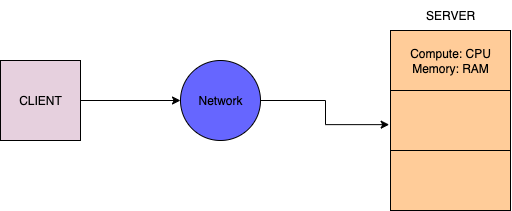
Above: Images/AWS.drawio.png in PriyathamVarma/docker (draw.io), before the change. Source tidied: cells renumbered, new cells last; positions are measured from the earlier drawing's top-left corner, leaving out a move shared by most shapes.
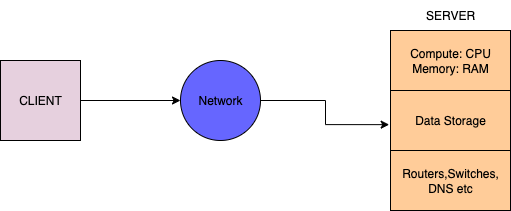
After the commit.

Change to the diagram source:
```diff
@@ -23,10 +23,10 @@
     <mxCell id="8" value="Compute: CPU&lt;div&gt;Memory: RAM&lt;/div&gt;" style="rounded=0;whiteSpace=wrap;html=1;fillColor=#FFCC99;" parent="7" vertex="1">
       <mxGeometry width="120" height="60" as="geometry" />
     </mxCell>
-    <mxCell id="9" style="rounded=0;whiteSpace=wrap;html=1;fillColor=#FFCC99;" parent="7" vertex="1">
+    <mxCell id="9" value="Data Storage" style="rounded=0;whiteSpace=wrap;html=1;fillColor=#FFCC99;" parent="7" vertex="1">
       <mxGeometry y="60" width="120" height="60" as="geometry" />
     </mxCell>
-    <mxCell id="10" style="rounded=0;whiteSpace=wrap;html=1;fillColor=#FFCC99;" parent="7" vertex="1">
+    <mxCell id="10" value="Routers,Switches,&lt;div&gt;DNS etc&lt;/div&gt;" style="rounded=0;whiteSpace=wrap;html=1;fillColor=#FFCC99;" parent="7" vertex="1">
       <mxGeometry y="120" width="120" height="60" as="geometry" />
     </mxCell>
   </root>
```
